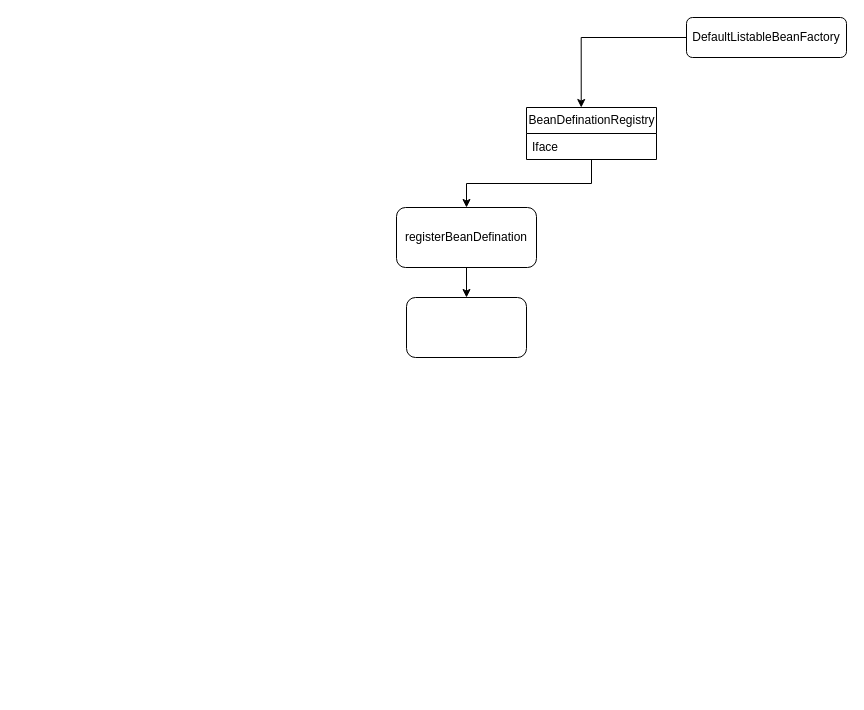
The draw.io diagram 未命名绘图.drawio in fjw666-py/spring_framework_draw_io, before the edit. Source tidied: cells renumbered, new cells numbered last; positions are measured from the earlier drawing's top-left corner, leaving out a move shared by most shapes. Both pictures are drawn from the tidied source at 100%, with x=0, y=0 at pixel (396, 17).
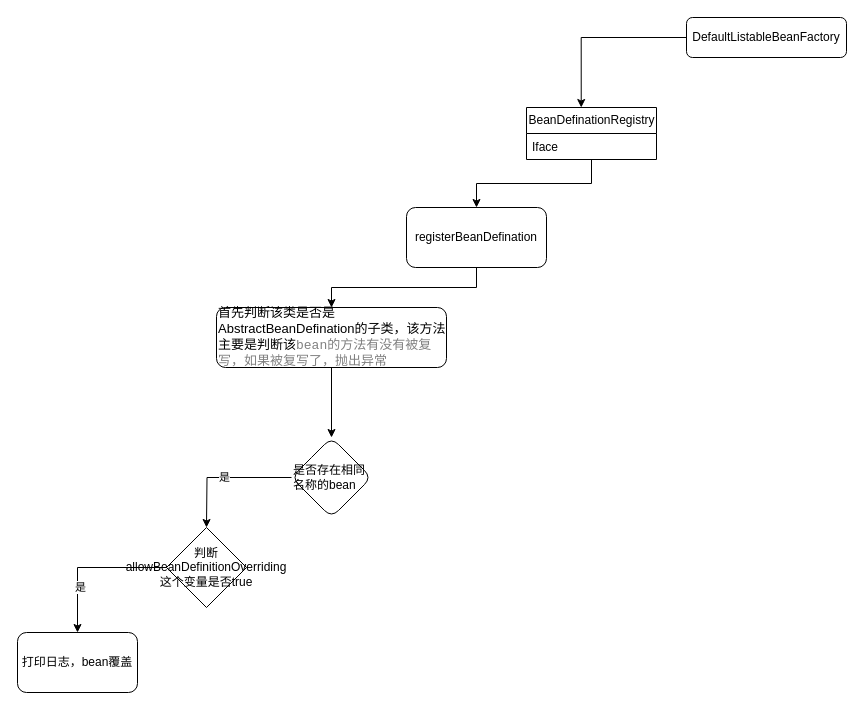
After the change.

Commit message:
更新未命名绘图.drawio

Diff of the diagram source:
```diff
@@
 <mxGraphModel>
   <root>
     <mxCell id="0" />
     <mxCell id="1" parent="0" />
     <mxCell id="2" style="edgeStyle=orthogonalEdgeStyle;rounded=0;jettySize=auto;html=1;entryX=0.421;entryY=0;entryDx=0;entryDy=0;entryPerimeter=0;" parent="1" edge="1" source="3" target="5">
       <mxGeometry relative="1" as="geometry" />
     </mxCell>
     <mxCell id="3" value="DefaultListableBeanFactory" style="rounded=1;whiteSpace=wrap;html=1;fontSize=12;glass=0;strokeWidth=1;shadow=0;" parent="1" vertex="1">
       <mxGeometry x="290" width="160" height="40" as="geometry" />
     </mxCell>
     <mxCell id="4" style="edgeStyle=orthogonalEdgeStyle;rounded=0;jettySize=auto;html=1;" parent="1" edge="1" source="5" target="8">
       <mxGeometry relative="1" as="geometry" />
     </mxCell>
     <mxCell id="5" value="BeanDefinationRegistry" style="swimlane;fontStyle=0;horizontal=1;startSize=26;fillColor=none;html=1;" parent="1" vertex="1">
       <mxGeometry x="130" y="90" width="130" height="52" as="geometry" />
     </mxCell>
     <mxCell id="6" value="Iface" style="text;strokeColor=none;fillColor=none;align=left;verticalAlign=top;spacingLeft=4;spacingRight=4;overflow=hidden;whiteSpace=wrap;html=1;" parent="5" vertex="1">
       <mxGeometry y="26" width="130" height="26" as="geometry" />
     </mxCell>
     <mxCell id="7" style="edgeStyle=orthogonalEdgeStyle;rounded=0;jettySize=auto;html=1;" parent="1" edge="1" source="8" target="9">
       <mxGeometry relative="1" as="geometry" />
     </mxCell>
     <mxCell id="8" value="registerBeanDefination" style="rounded=1;whiteSpace=wrap;html=1;fillColor=none;fontStyle=0;startSize=26;" parent="1" vertex="1">
-      <mxGeometry y="190" width="140" height="60" as="geometry" />
+      <mxGeometry x="10" y="190" width="140" height="60" as="geometry" />
     </mxCell>
+    <mxCell id="10" style="edgeStyle=orthogonalEdgeStyle;rounded=0;jettySize=auto;html=1;" parent="1" edge="1" source="9" target="12">
+      <mxGeometry relative="1" as="geometry" />
+    </mxCell>
-    <mxCell id="9" style="whiteSpace=wrap;html=1;fillColor=none;rounded=1;fontStyle=0;startSize=26;" parent="1" vertex="1">
-      <mxGeometry x="10" y="280" width="120" height="60" as="geometry" />
+    <mxCell id="9" value="&lt;font style=&quot;font-size: 13px;&quot;&gt;首先判断该类是否是AbstractBeanDefination的子类，该方法主要是判断该&lt;span style=&quot;color: rgb(128, 128, 128); font-family: &amp;quot;JetBrains Mono&amp;quot;, monospace;&quot;&gt;bean&lt;/span&gt;&lt;span style=&quot;font-family: 宋体, monospace; color: rgb(128, 128, 128);&quot;&gt;的方法有没有被复写，如果被复写了，抛出异常&lt;/span&gt;&lt;/font&gt;" style="whiteSpace=wrap;html=1;fillColor=none;rounded=1;fontStyle=0;startSize=26;align=left;" parent="1" vertex="1">
+      <mxGeometry x="-180" y="290" width="230" height="60" as="geometry" />
     </mxCell>
+    <mxCell id="11" value="是" style="edgeStyle=orthogonalEdgeStyle;rounded=0;jettySize=auto;html=1;" parent="1" edge="1" source="12">
+      <mxGeometry relative="1" as="geometry">
+        <mxPoint x="-190" y="510" as="targetPoint" />
+      </mxGeometry>
+    </mxCell>
+    <mxCell id="12" value="是否存在相同名称的bean" style="rhombus;whiteSpace=wrap;html=1;align=left;fillColor=none;rounded=1;fontStyle=0;startSize=26;" parent="1" vertex="1">
+      <mxGeometry x="-105" y="420" width="80" height="80" as="geometry" />
+    </mxCell>
+    <mxCell id="13" style="edgeStyle=orthogonalEdgeStyle;rounded=0;jettySize=auto;html=1;" parent="1" edge="1" source="15" target="16">
+      <mxGeometry relative="1" as="geometry" />
+    </mxCell>
+    <mxCell id="14" value="是" style="edgeLabel;html=1;align=center;verticalAlign=middle;" parent="13" vertex="1">
+      <mxGeometry x="0.4" y="2" relative="1" as="geometry" />
+    </mxCell>
+    <mxCell id="15" value="判断allowBeanDefinitionOverriding这个变量是否true" style="rhombus;whiteSpace=wrap;html=1;" parent="1" vertex="1">
+      <mxGeometry x="-230" y="510" width="80" height="80" as="geometry" />
+    </mxCell>
+    <mxCell id="16" value="打印日志，bean覆盖" style="rounded=1;whiteSpace=wrap;html=1;" parent="1" vertex="1">
+      <mxGeometry x="-379" y="615" width="120" height="60" as="geometry" />
+    </mxCell>
   </root>
 </mxGraphModel>
```
